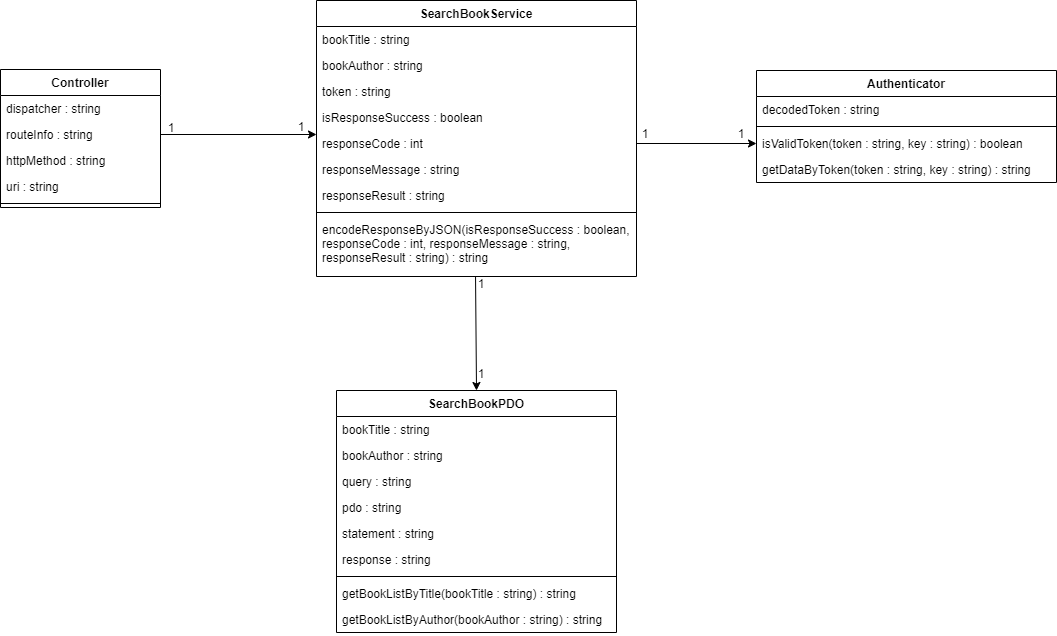
youngkwon02/Enhanced-library-management keeps this draw.io diagram as docs/ClassDiagram/diagram_images/CD_Search Book.png. Above is the earlier version. Source tidied: cells renumbered, new cells last; positions are measured from the earlier drawing's top-left corner, leaving out a move shared by most shapes.
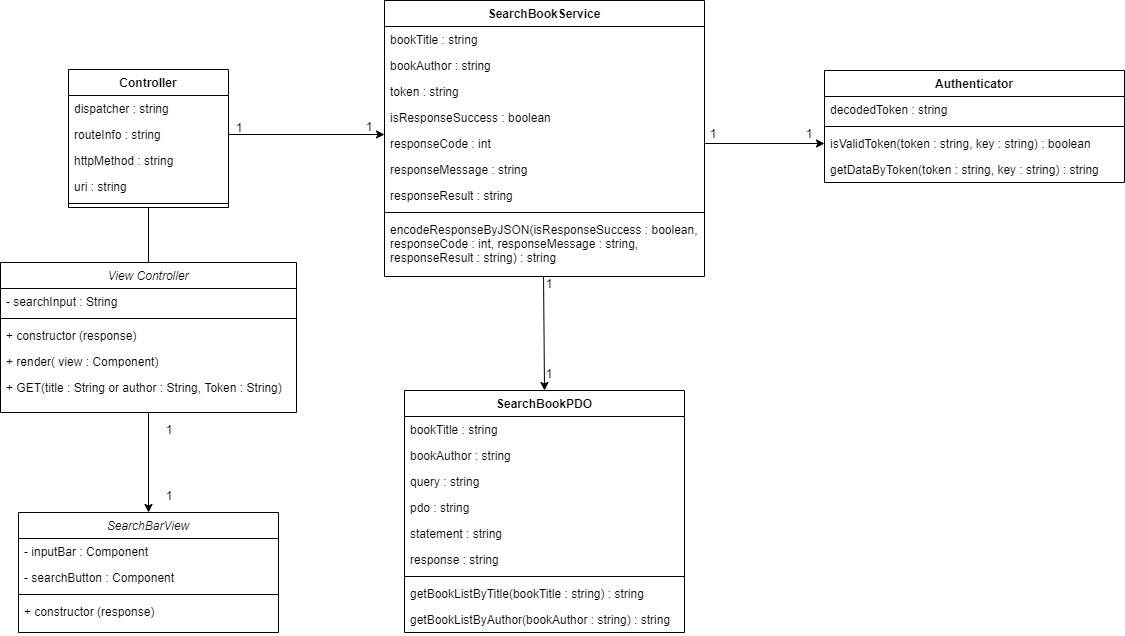
The same diagram one commit later.

What changed in the source:
```diff
@@ -95,6 +95,9 @@
     <mxCell id="32" value="1" style="text;html=1;strokeColor=none;fillColor=none;align=center;verticalAlign=middle;whiteSpace=wrap;rounded=0;" parent="1" vertex="1">
       <mxGeometry x="476" y="266" width="10" height="34" as="geometry" />
     </mxCell>
+    <mxCell id="42" style="edgeStyle=orthogonalEdgeStyle;rounded=0;jettySize=auto;html=1;exitX=0.5;exitY=1;exitDx=0;exitDy=0;endArrow=none;endFill=0;" parent="1" edge="1" source="33" target="44">
+      <mxGeometry relative="1" as="geometry" />
+    </mxCell>
     <mxCell id="33" value="Controller" style="swimlane;fontStyle=1;align=center;verticalAlign=top;horizontal=1;startSize=26;" parent="1" vertex="1">
       <mxGeometry y="69" width="160" height="138" as="geometry" />
     </mxCell>
@@ -122,5 +125,47 @@
     <mxCell id="41" value="1" style="text;html=1;strokeColor=none;fillColor=none;align=center;verticalAlign=middle;whiteSpace=wrap;rounded=0;" parent="1" vertex="1">
       <mxGeometry x="296" y="109" width="10" height="34" as="geometry" />
     </mxCell>
+    <mxCell id="43" style="edgeStyle=orthogonalEdgeStyle;rounded=0;jettySize=auto;html=1;exitX=0.5;exitY=1;exitDx=0;exitDy=0;entryX=0.5;entryY=0;entryDx=0;entryDy=0;endArrow=classic;endFill=1;" parent="1" edge="1" source="44" target="50">
+      <mxGeometry relative="1" as="geometry" />
+    </mxCell>
+    <mxCell id="44" value="View Controller" style="swimlane;fontStyle=2;align=center;verticalAlign=top;horizontal=1;startSize=26;rounded=0;shadow=0;strokeWidth=1;" parent="1" vertex="1">
+      <mxGeometry x="-68" y="262" width="296" height="150" as="geometry" />
+    </mxCell>
+    <mxCell id="45" value="- searchInput : String" style="text;align=left;verticalAlign=top;spacingLeft=4;spacingRight=4;overflow=hidden;rounded=0;shadow=0;html=0;" parent="44" vertex="1">
+      <mxGeometry y="26" width="296" height="26" as="geometry" />
+    </mxCell>
+    <mxCell id="46" style="line;html=1;strokeWidth=1;align=left;verticalAlign=middle;spacingTop=-1;spacingLeft=3;spacingRight=3;labelPosition=right;" parent="44" vertex="1">
+      <mxGeometry y="52" width="296" height="8" as="geometry" />
+    </mxCell>
+    <mxCell id="47" value="+ constructor (response)" style="text;align=left;verticalAlign=top;spacingLeft=4;spacingRight=4;overflow=hidden;rounded=0;shadow=0;html=0;" parent="44" vertex="1">
+      <mxGeometry y="60" width="296" height="26" as="geometry" />
+    </mxCell>
+    <mxCell id="48" value="+ render( view : Component)" style="text;align=left;verticalAlign=top;spacingLeft=4;spacingRight=4;overflow=hidden;rounded=0;shadow=0;html=0;" parent="44" vertex="1">
+      <mxGeometry y="86" width="296" height="26" as="geometry" />
+    </mxCell>
+    <mxCell id="49" value="+ GET(title : String or author : String, Token : String)" style="text;align=left;verticalAlign=top;spacingLeft=4;spacingRight=4;overflow=hidden;rounded=0;shadow=0;html=0;" parent="44" vertex="1">
+      <mxGeometry y="112" width="296" height="26" as="geometry" />
+    </mxCell>
+    <mxCell id="50" value="SearchBarView" style="swimlane;fontStyle=2;align=center;verticalAlign=top;horizontal=1;startSize=26;rounded=0;shadow=0;strokeWidth=1;" parent="1" vertex="1">
+      <mxGeometry x="-50" y="512" width="260" height="120" as="geometry" />
+    </mxCell>
+    <mxCell id="51" value="- inputBar : Component" style="text;align=left;verticalAlign=top;spacingLeft=4;spacingRight=4;overflow=hidden;rounded=0;shadow=0;html=0;" parent="50" vertex="1">
+      <mxGeometry y="26" width="260" height="26" as="geometry" />
+    </mxCell>
+    <mxCell id="52" value="- searchButton : Component" style="text;align=left;verticalAlign=top;spacingLeft=4;spacingRight=4;overflow=hidden;rounded=0;shadow=0;html=0;" parent="50" vertex="1">
+      <mxGeometry y="52" width="260" height="26" as="geometry" />
+    </mxCell>
+    <mxCell id="53" style="line;html=1;strokeWidth=1;align=left;verticalAlign=middle;spacingTop=-1;spacingLeft=3;spacingRight=3;labelPosition=right;" parent="50" vertex="1">
+      <mxGeometry y="78" width="260" height="8" as="geometry" />
+    </mxCell>
+    <mxCell id="54" value="+ constructor (response)" style="text;align=left;verticalAlign=top;spacingLeft=4;spacingRight=4;overflow=hidden;rounded=0;shadow=0;html=0;" parent="50" vertex="1">
+      <mxGeometry y="86" width="260" height="26" as="geometry" />
+    </mxCell>
+    <mxCell id="55" value="1" style="text;html=1;strokeColor=none;fillColor=none;align=center;verticalAlign=middle;whiteSpace=wrap;rounded=0;" parent="1" vertex="1">
+      <mxGeometry x="96" y="412" width="10" height="34" as="geometry" />
+    </mxCell>
+    <mxCell id="56" value="1" style="text;html=1;strokeColor=none;fillColor=none;align=center;verticalAlign=middle;whiteSpace=wrap;rounded=0;" parent="1" vertex="1">
+      <mxGeometry x="96" y="478" width="10" height="34" as="geometry" />
+    </mxCell>
   </root>
 </mxGraphModel>
```
